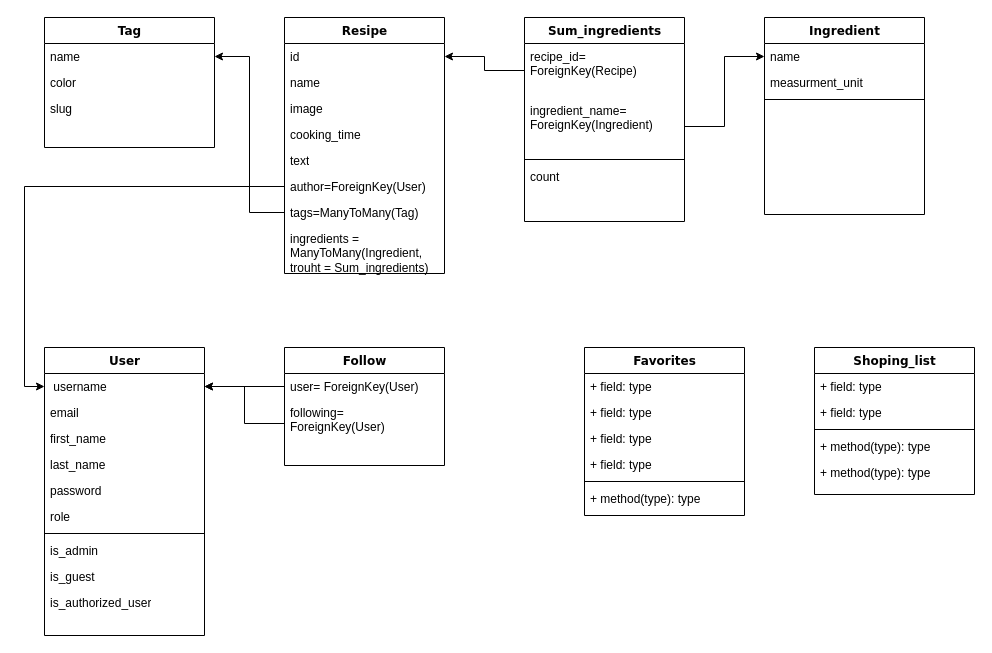
Earlier version of the draw.io diagram Models.drawio (number92/Foodgram). Source tidied: cells renumbered, new cells numbered last; positions are measured from the earlier drawing's top-left corner, leaving out a move shared by most shapes. Both pictures are drawn from the tidied source at 100%, with x=0, y=0 at pixel (44, 17).
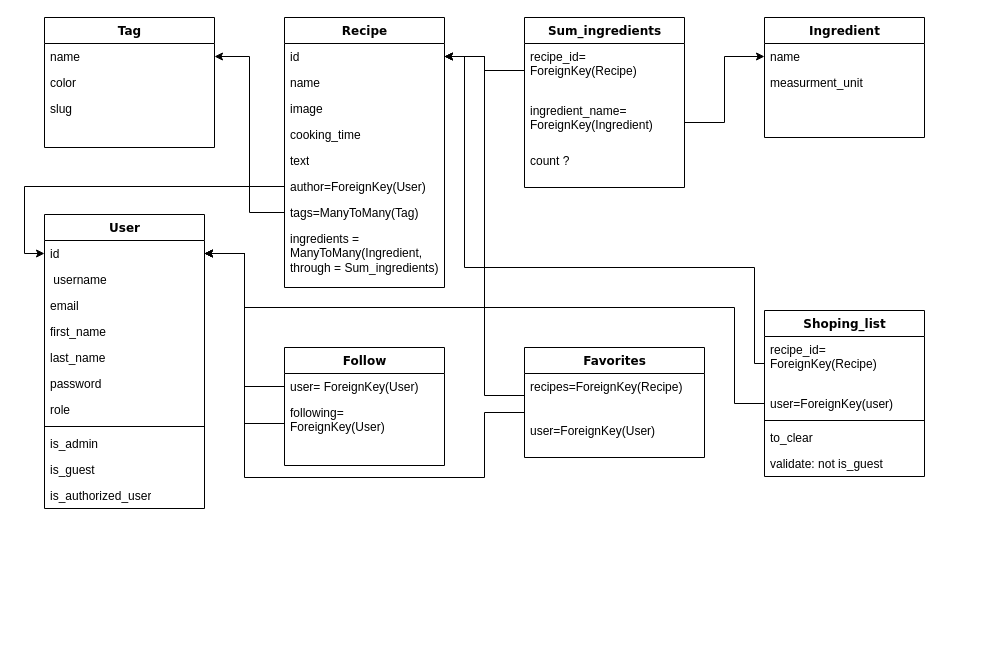
The same diagram, later.

Unchanged cells that the change refers to:
```xml
<mxCell id="3" value="id" style="text;html=1;strokeColor=none;fillColor=none;align=left;verticalAlign=top;spacingLeft=4;spacingRight=4;whiteSpace=wrap;overflow=hidden;points=[[0,0.5],[1,0.5]];portConstraint=eastwest;" parent="2" vertex="1">
  <mxGeometry y="26" width="160" height="26" as="geometry" />
</mxCell>
```

Diff of the diagram source:
```diff
@@
-    <mxCell id="2" value="Resipe" style="swimlane;html=1;fontStyle=1;align=center;verticalAlign=top;horizontal=1;startSize=26;swimlaneFillColor=#ffffff;rounded=0;shadow=0;comic=0;labelBackgroundColor=none;strokeWidth=1;fillColor=none;fontFamily=Verdana;fontSize=12;" parent="1" vertex="1">
-      <mxGeometry x="240" width="160" height="256" as="geometry" />
+    <mxCell id="2" value="Recipe" style="swimlane;html=1;fontStyle=1;align=center;verticalAlign=top;horizontal=1;startSize=26;swimlaneFillColor=#ffffff;rounded=0;shadow=0;comic=0;labelBackgroundColor=none;strokeWidth=1;fillColor=none;fontFamily=Verdana;fontSize=12;" parent="1" vertex="1">
+      <mxGeometry x="240" width="160" height="270" as="geometry" />
     </mxCell>
@@
-    <mxCell id="10" value="ingredients = ManyToMany(Ingredient,&lt;br&gt;trouht = Sum_ingredients)" style="text;html=1;strokeColor=none;fillColor=none;align=left;verticalAlign=top;spacingLeft=4;spacingRight=4;whiteSpace=wrap;overflow=hidden;" parent="2" vertex="1">
-      <mxGeometry y="208" width="160" height="48" as="geometry" />
+    <mxCell id="10" value="ingredients = ManyToMany(Ingredient,&lt;br&gt;through = Sum_ingredients)" style="text;html=1;strokeColor=none;fillColor=none;align=left;verticalAlign=top;spacingLeft=4;spacingRight=4;whiteSpace=wrap;overflow=hidden;" parent="2" vertex="1">
+      <mxGeometry y="208" width="160" height="62" as="geometry" />
     </mxCell>
@@
     <mxCell id="15" value="Ingredient" style="swimlane;html=1;fontStyle=1;align=center;verticalAlign=top;horizontal=1;startSize=26;swimlaneFillColor=#ffffff;rounded=0;shadow=0;comic=0;labelBackgroundColor=none;strokeWidth=1;fillColor=none;fontFamily=Verdana;fontSize=12;" parent="1" vertex="1">
-      <mxGeometry x="720" width="160" height="197" as="geometry" />
+      <mxGeometry x="720" width="160" height="120" as="geometry" />
     </mxCell>
@@
-    <mxCell id="18" style="line;html=1;strokeWidth=1;fillColor=none;align=left;verticalAlign=middle;spacingTop=-1;spacingLeft=3;spacingRight=3;labelPosition=right;" parent="15" vertex="1">
-      <mxGeometry y="78" width="160" height="8" as="geometry" />
-    </mxCell>
     <mxCell id="19" value="User" style="swimlane;html=1;fontStyle=1;align=center;verticalAlign=top;horizontal=1;startSize=26;swimlaneFillColor=#ffffff;rounded=0;shadow=0;comic=0;labelBackgroundColor=none;strokeWidth=1;fillColor=none;fontFamily=Verdana;fontSize=12;" parent="1" vertex="1">
-      <mxGeometry y="330" width="160" height="288" as="geometry" />
+      <mxGeometry y="197" width="160" height="294" as="geometry" />
     </mxCell>
-    <mxCell id="20" value="&amp;nbsp;username&amp;nbsp;" style="text;html=1;strokeColor=none;fillColor=none;align=left;verticalAlign=top;spacingLeft=4;spacingRight=4;whiteSpace=wrap;overflow=hidden;points=[[0,0.5],[1,0.5]];portConstraint=eastwest;" parent="19" vertex="1">
+    <mxCell id="20" value="id" style="text;html=1;strokeColor=none;fillColor=none;align=left;verticalAlign=top;spacingLeft=4;spacingRight=4;whiteSpace=wrap;overflow=hidden;points=[[0,0.5],[1,0.5]];portConstraint=eastwest;" parent="19" vertex="1">
       <mxGeometry y="26" width="160" height="26" as="geometry" />
     </mxCell>
+    <mxCell id="57" value="&amp;nbsp;username&amp;nbsp;" style="text;html=1;strokeColor=none;fillColor=none;align=left;verticalAlign=top;spacingLeft=4;spacingRight=4;whiteSpace=wrap;overflow=hidden;" parent="19" vertex="1">
+      <mxGeometry y="52" width="160" height="26" as="geometry" />
+    </mxCell>
     <mxCell id="21" value="email&lt;br&gt;" style="text;html=1;strokeColor=none;fillColor=none;align=left;verticalAlign=top;spacingLeft=4;spacingRight=4;whiteSpace=wrap;overflow=hidden;" parent="19" vertex="1">
-      <mxGeometry y="52" width="160" height="26" as="geometry" />
+      <mxGeometry y="78" width="160" height="26" as="geometry" />
     </mxCell>
     <mxCell id="22" value="first_name" style="text;html=1;strokeColor=none;fillColor=none;align=left;verticalAlign=top;spacingLeft=4;spacingRight=4;whiteSpace=wrap;overflow=hidden;" parent="19" vertex="1">
-      <mxGeometry y="78" width="160" height="26" as="geometry" />
+      <mxGeometry y="104" width="160" height="26" as="geometry" />
     </mxCell>
     <mxCell id="23" value="last_name" style="text;html=1;strokeColor=none;fillColor=none;align=left;verticalAlign=top;spacingLeft=4;spacingRight=4;whiteSpace=wrap;overflow=hidden;" parent="19" vertex="1">
-      <mxGeometry y="104" width="160" height="26" as="geometry" />
+      <mxGeometry y="130" width="160" height="26" as="geometry" />
     </mxCell>
     <mxCell id="24" value="password" style="text;html=1;strokeColor=none;fillColor=none;align=left;verticalAlign=top;spacingLeft=4;spacingRight=4;whiteSpace=wrap;overflow=hidden;" parent="19" vertex="1">
-      <mxGeometry y="130" width="160" height="26" as="geometry" />
+      <mxGeometry y="156" width="160" height="26" as="geometry" />
     </mxCell>
     <mxCell id="25" value="role" style="text;html=1;strokeColor=none;fillColor=none;align=left;verticalAlign=top;spacingLeft=4;spacingRight=4;whiteSpace=wrap;overflow=hidden;" parent="19" vertex="1">
-      <mxGeometry y="156" width="160" height="26" as="geometry" />
+      <mxGeometry y="182" width="160" height="26" as="geometry" />
     </mxCell>
     <mxCell id="26" style="line;html=1;strokeWidth=1;fillColor=none;align=left;verticalAlign=middle;spacingTop=-1;spacingLeft=3;spacingRight=3;labelPosition=right;" parent="19" vertex="1">
-      <mxGeometry y="182" width="160" height="8" as="geometry" />
+      <mxGeometry y="208" width="160" height="8" as="geometry" />
     </mxCell>
     <mxCell id="27" value="is_admin" style="text;html=1;strokeColor=none;fillColor=none;align=left;verticalAlign=top;spacingLeft=4;spacingRight=4;whiteSpace=wrap;overflow=hidden;" parent="19" vertex="1">
-      <mxGeometry y="190" width="160" height="26" as="geometry" />
+      <mxGeometry y="216" width="160" height="26" as="geometry" />
     </mxCell>
     <mxCell id="28" value="is_guest" style="text;html=1;strokeColor=none;fillColor=none;align=left;verticalAlign=top;spacingLeft=4;spacingRight=4;whiteSpace=wrap;overflow=hidden;" parent="19" vertex="1">
-      <mxGeometry y="216" width="160" height="26" as="geometry" />
+      <mxGeometry y="242" width="160" height="26" as="geometry" />
     </mxCell>
     <mxCell id="29" value="is_authorized_user" style="text;html=1;strokeColor=none;fillColor=none;align=left;verticalAlign=top;spacingLeft=4;spacingRight=4;whiteSpace=wrap;overflow=hidden;" parent="19" vertex="1">
-      <mxGeometry y="242" width="160" height="26" as="geometry" />
+      <mxGeometry y="268" width="160" height="26" as="geometry" />
     </mxCell>
@@
     <mxCell id="34" value="Favorites" style="swimlane;html=1;fontStyle=1;align=center;verticalAlign=top;horizontal=1;startSize=26;swimlaneFillColor=#ffffff;rounded=0;shadow=0;comic=0;labelBackgroundColor=none;strokeWidth=1;fillColor=none;fontFamily=Verdana;fontSize=12;" parent="1" vertex="1">
-      <mxGeometry x="540" y="330" width="160" height="168" as="geometry" />
+      <mxGeometry x="480" y="330" width="180" height="110" as="geometry" />
     </mxCell>
-    <mxCell id="35" value="+ field: type" style="text;html=1;strokeColor=none;fillColor=none;align=left;verticalAlign=top;spacingLeft=4;spacingRight=4;whiteSpace=wrap;overflow=hidden;" parent="34" vertex="1">
-      <mxGeometry y="26" width="160" height="26" as="geometry" />
-    </mxCell>
-    <mxCell id="36" value="+ field: type" style="text;html=1;strokeColor=none;fillColor=none;align=left;verticalAlign=top;spacingLeft=4;spacingRight=4;whiteSpace=wrap;overflow=hidden;points=[[0,0.5],[1,0.5]];portConstraint=eastwest;" parent="34" vertex="1">
-      <mxGeometry y="52" width="160" height="26" as="geometry" />
+    <mxCell id="36" value="recipes=ForeignKey(Recipe)" style="text;html=1;strokeColor=none;fillColor=none;align=left;verticalAlign=top;spacingLeft=4;spacingRight=4;whiteSpace=wrap;overflow=hidden;points=[[0,0.5],[1,0.5]];portConstraint=eastwest;" parent="34" vertex="1">
+      <mxGeometry y="26" width="180" height="44" as="geometry" />
     </mxCell>
-    <mxCell id="37" value="+ field: type" style="text;html=1;strokeColor=none;fillColor=none;align=left;verticalAlign=top;spacingLeft=4;spacingRight=4;whiteSpace=wrap;overflow=hidden;points=[[0,0.5],[1,0.5]];portConstraint=eastwest;" parent="34" vertex="1">
-      <mxGeometry y="78" width="160" height="26" as="geometry" />
+    <mxCell id="37" value="user=ForeignKey(User)" style="text;html=1;strokeColor=none;fillColor=none;align=left;verticalAlign=top;spacingLeft=4;spacingRight=4;whiteSpace=wrap;overflow=hidden;points=[[0,0.5],[1,0.5]];portConstraint=eastwest;" parent="34" vertex="1">
+      <mxGeometry y="70" width="180" height="38" as="geometry" />
     </mxCell>
-    <mxCell id="38" value="+ field: type" style="text;html=1;strokeColor=none;fillColor=none;align=left;verticalAlign=top;spacingLeft=4;spacingRight=4;whiteSpace=wrap;overflow=hidden;" parent="34" vertex="1">
-      <mxGeometry y="104" width="160" height="26" as="geometry" />
-    </mxCell>
-    <mxCell id="39" style="line;html=1;strokeWidth=1;fillColor=none;align=left;verticalAlign=middle;spacingTop=-1;spacingLeft=3;spacingRight=3;labelPosition=right;" parent="34" vertex="1">
-      <mxGeometry y="130" width="160" height="8" as="geometry" />
-    </mxCell>
-    <mxCell id="40" value="+ method(type): type" style="text;html=1;strokeColor=none;fillColor=none;align=left;verticalAlign=top;spacingLeft=4;spacingRight=4;whiteSpace=wrap;overflow=hidden;" parent="34" vertex="1">
-      <mxGeometry y="138" width="160" height="26" as="geometry" />
-    </mxCell>
     <mxCell id="41" value="Shoping_list" style="swimlane;html=1;fontStyle=1;align=center;verticalAlign=top;horizontal=1;startSize=26;swimlaneFillColor=#ffffff;rounded=0;shadow=0;comic=0;labelBackgroundColor=none;strokeWidth=1;fillColor=none;fontFamily=Verdana;fontSize=12;" parent="1" vertex="1">
-      <mxGeometry x="770" y="330" width="160" height="147" as="geometry" />
+      <mxGeometry x="720" y="293" width="160" height="166" as="geometry" />
     </mxCell>
-    <mxCell id="42" value="+ field: type" style="text;html=1;strokeColor=none;fillColor=none;align=left;verticalAlign=top;spacingLeft=4;spacingRight=4;whiteSpace=wrap;overflow=hidden;points=[[0,0.5],[1,0.5]];portConstraint=eastwest;" parent="41" vertex="1">
-      <mxGeometry y="26" width="160" height="26" as="geometry" />
+    <mxCell id="42" value="recipe_id=&lt;br&gt;ForeignKey(Recipe)" style="text;html=1;strokeColor=none;fillColor=none;align=left;verticalAlign=top;spacingLeft=4;spacingRight=4;whiteSpace=wrap;overflow=hidden;points=[[0,0.5],[1,0.5]];portConstraint=eastwest;" parent="41" vertex="1">
+      <mxGeometry y="26" width="160" height="54" as="geometry" />
     </mxCell>
-    <mxCell id="43" value="+ field: type" style="text;html=1;strokeColor=none;fillColor=none;align=left;verticalAlign=top;spacingLeft=4;spacingRight=4;whiteSpace=wrap;overflow=hidden;points=[[0,0.5],[1,0.5]];portConstraint=eastwest;" parent="41" vertex="1">
-      <mxGeometry y="52" width="160" height="26" as="geometry" />
+    <mxCell id="43" value="user=ForeignKey(user)" style="text;html=1;strokeColor=none;fillColor=none;align=left;verticalAlign=top;spacingLeft=4;spacingRight=4;whiteSpace=wrap;overflow=hidden;points=[[0,0.5],[1,0.5]];portConstraint=eastwest;" parent="41" vertex="1">
+      <mxGeometry y="80" width="160" height="26" as="geometry" />
     </mxCell>
     <mxCell id="44" style="line;html=1;strokeWidth=1;fillColor=none;align=left;verticalAlign=middle;spacingTop=-1;spacingLeft=3;spacingRight=3;labelPosition=right;" parent="41" vertex="1">
-      <mxGeometry y="78" width="160" height="8" as="geometry" />
+      <mxGeometry y="106" width="160" height="8" as="geometry" />
     </mxCell>
-    <mxCell id="45" value="+ method(type): type" style="text;html=1;strokeColor=none;fillColor=none;align=left;verticalAlign=top;spacingLeft=4;spacingRight=4;whiteSpace=wrap;overflow=hidden;" parent="41" vertex="1">
-      <mxGeometry y="86" width="160" height="26" as="geometry" />
+    <mxCell id="45" value="to_clear" style="text;html=1;strokeColor=none;fillColor=none;align=left;verticalAlign=top;spacingLeft=4;spacingRight=4;whiteSpace=wrap;overflow=hidden;" parent="41" vertex="1">
+      <mxGeometry y="114" width="160" height="26" as="geometry" />
     </mxCell>
-    <mxCell id="46" value="+ method(type): type" style="text;html=1;strokeColor=none;fillColor=none;align=left;verticalAlign=top;spacingLeft=4;spacingRight=4;whiteSpace=wrap;overflow=hidden;" parent="41" vertex="1">
-      <mxGeometry y="112" width="160" height="26" as="geometry" />
+    <mxCell id="46" value="validate: not is_guest" style="text;html=1;strokeColor=none;fillColor=none;align=left;verticalAlign=top;spacingLeft=4;spacingRight=4;whiteSpace=wrap;overflow=hidden;" parent="41" vertex="1">
+      <mxGeometry y="140" width="160" height="26" as="geometry" />
     </mxCell>
@@
     <mxCell id="50" value="Sum_ingredients" style="swimlane;html=1;fontStyle=1;align=center;verticalAlign=top;horizontal=1;startSize=26;swimlaneFillColor=#ffffff;rounded=0;shadow=0;comic=0;labelBackgroundColor=none;strokeWidth=1;fillColor=none;fontFamily=Verdana;fontSize=12;" parent="1" vertex="1">
-      <mxGeometry x="480" width="160" height="204" as="geometry" />
+      <mxGeometry x="480" width="160" height="170" as="geometry" />
     </mxCell>
@@
     <mxCell id="52" value="ingredient_name=&lt;br&gt;ForeignKey(Ingredient)" style="text;html=1;strokeColor=none;fillColor=none;align=left;verticalAlign=top;spacingLeft=4;spacingRight=4;whiteSpace=wrap;overflow=hidden;points=[[0,0.5],[1,0.5]];portConstraint=eastwest;" parent="50" vertex="1">
-      <mxGeometry y="80" width="160" height="58" as="geometry" />
+      <mxGeometry y="80" width="160" height="50" as="geometry" />
     </mxCell>
-    <mxCell id="53" style="line;html=1;strokeWidth=1;fillColor=none;align=left;verticalAlign=middle;spacingTop=-1;spacingLeft=3;spacingRight=3;labelPosition=right;" parent="50" vertex="1">
-      <mxGeometry y="138" width="160" height="8" as="geometry" />
-    </mxCell>
-    <mxCell id="54" value="count&amp;nbsp;" style="text;html=1;strokeColor=none;fillColor=none;align=left;verticalAlign=top;spacingLeft=4;spacingRight=4;whiteSpace=wrap;overflow=hidden;" parent="50" vertex="1">
-      <mxGeometry y="146" width="160" height="58" as="geometry" />
+    <mxCell id="54" value="count ?" style="text;html=1;strokeColor=none;fillColor=none;align=left;verticalAlign=top;spacingLeft=4;spacingRight=4;whiteSpace=wrap;overflow=hidden;" parent="50" vertex="1">
+      <mxGeometry y="130" width="160" height="34" as="geometry" />
     </mxCell>
@@
+    <mxCell id="58" style="edgeStyle=orthogonalEdgeStyle;rounded=0;jettySize=auto;html=1;exitX=0;exitY=0.5;exitDx=0;exitDy=0;entryX=1;entryY=0.5;entryDx=0;entryDy=0;" parent="1" edge="1" source="36" target="3">
+      <mxGeometry relative="1" as="geometry" />
+    </mxCell>
+    <mxCell id="59" style="edgeStyle=orthogonalEdgeStyle;rounded=0;jettySize=auto;html=1;exitX=0;exitY=0.5;exitDx=0;exitDy=0;entryX=1;entryY=0.5;entryDx=0;entryDy=0;" parent="1" edge="1" source="37" target="20">
+      <mxGeometry relative="1" as="geometry">
+        <Array as="points">
+          <mxPoint x="480" y="395" />
+          <mxPoint x="440" y="395" />
+          <mxPoint x="440" y="460" />
+          <mxPoint x="200" y="460" />
+          <mxPoint x="200" y="236" />
+        </Array>
+      </mxGeometry>
+    </mxCell>
+    <mxCell id="60" style="edgeStyle=orthogonalEdgeStyle;rounded=0;jettySize=auto;html=1;exitX=0;exitY=0.5;exitDx=0;exitDy=0;" parent="1" edge="1" source="43" target="20">
+      <mxGeometry relative="1" as="geometry">
+        <Array as="points">
+          <mxPoint x="690" y="386" />
+          <mxPoint x="690" y="290" />
+          <mxPoint x="200" y="290" />
+          <mxPoint x="200" y="236" />
+        </Array>
+      </mxGeometry>
+    </mxCell>
+    <mxCell id="61" style="edgeStyle=orthogonalEdgeStyle;rounded=0;jettySize=auto;html=1;exitX=0;exitY=0.5;exitDx=0;exitDy=0;entryX=1;entryY=0.5;entryDx=0;entryDy=0;" parent="1" edge="1" source="42" target="3">
+      <mxGeometry relative="1" as="geometry">
+        <Array as="points">
+          <mxPoint x="710" y="346" />
+          <mxPoint x="710" y="250" />
+          <mxPoint x="420" y="250" />
+          <mxPoint x="420" y="39" />
+        </Array>
+      </mxGeometry>
+    </mxCell>
```
